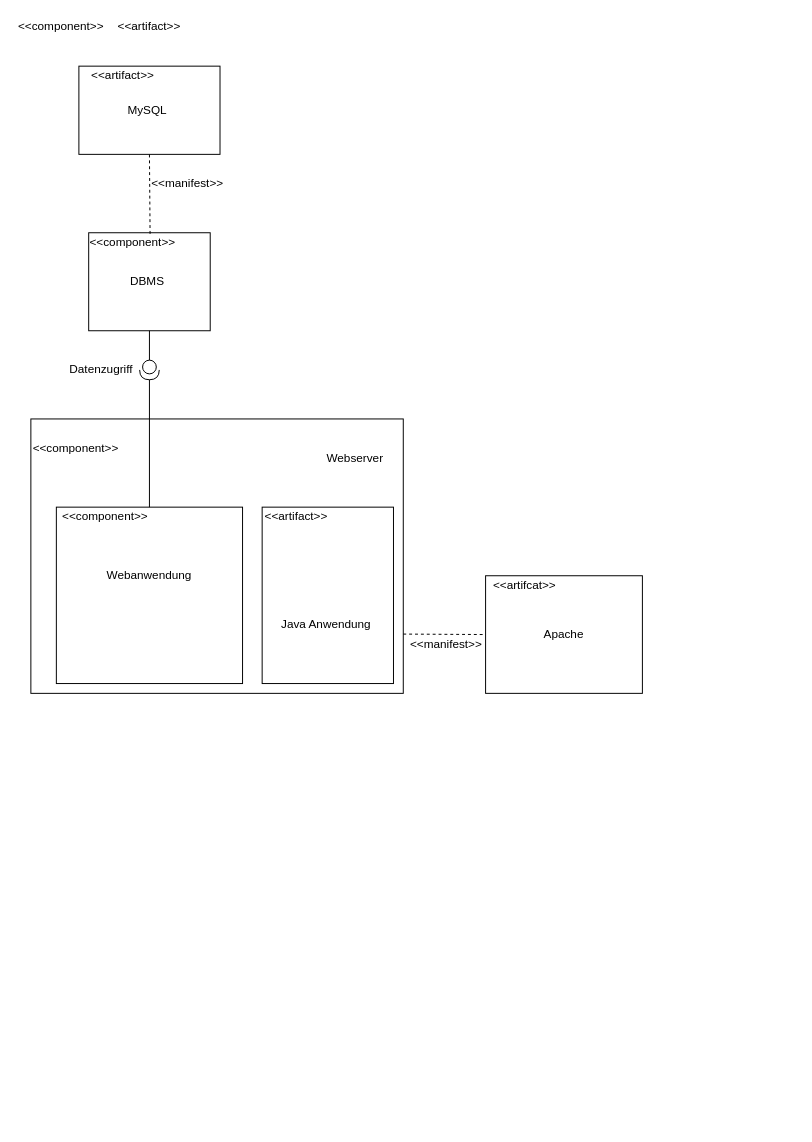
Before: Praktikum2/SWT2Praktikum2_Aufgabe1.drawio in DingFing/TravelProject, a draw.io diagram. Source tidied: cells renumbered, new cells numbered last; positions are measured from the earlier drawing's top-left corner, leaving out a move shared by most shapes. Both pictures are drawn from the tidied source at 98%, with x=0, y=0 at pixel (17, 17).
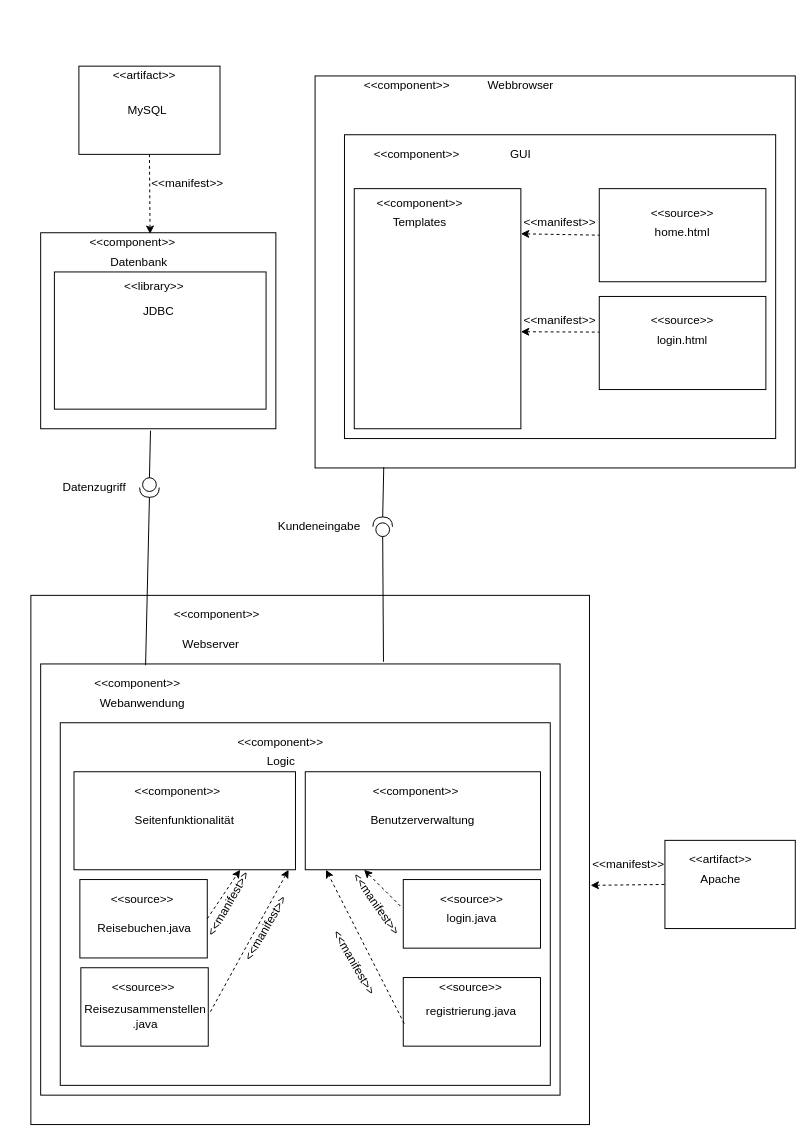
Above is the later version.

Unchanged cells that the change refers to:
```xml
<mxCell id="16" value="&amp;lt;&amp;lt;component&amp;gt;&amp;gt;" style="text;html=1;strokeColor=none;fillColor=none;align=center;verticalAlign=middle;whiteSpace=wrap;rounded=0;" parent="1" vertex="1">
  <mxGeometry x="73" y="220" width="90" height="20" as="geometry" />
</mxCell>
<mxCell id="21" style="rounded=0;whiteSpace=wrap;html=1;" parent="1" vertex="1">
  <mxGeometry x="63" y="50" width="144" height="90" as="geometry" />
</mxCell>
```

The edit, as a diff of the source:
```diff
@@
     <mxCell id="2" style="rounded=0;whiteSpace=wrap;html=1;" parent="1" vertex="1">
-      <mxGeometry x="14" y="410" width="380" height="280" as="geometry" />
+      <mxGeometry x="14" y="590" width="570" height="540" as="geometry" />
     </mxCell>
     <mxCell id="3" value="&amp;lt;&amp;lt;component&amp;gt;&amp;gt;" style="text;html=1;strokeColor=none;fillColor=none;align=center;verticalAlign=middle;whiteSpace=wrap;rounded=0;" parent="1" vertex="1">
-      <mxGeometry x="20" y="430" width="80" height="20" as="geometry" />
+      <mxGeometry x="164" y="600" width="80" height="20" as="geometry" />
     </mxCell>
     <mxCell id="4" style="rounded=0;whiteSpace=wrap;html=1;" parent="1" vertex="1">
-      <mxGeometry x="40" y="500" width="190" height="180" as="geometry" />
+      <mxGeometry x="24" y="660" width="530" height="440" as="geometry" />
     </mxCell>
     <mxCell id="5" value="&amp;lt;&amp;lt;component&amp;gt;&amp;gt;" style="text;html=1;strokeColor=none;fillColor=none;align=center;verticalAlign=middle;whiteSpace=wrap;rounded=0;" parent="1" vertex="1">
-      <mxGeometry x="40" y="500" width="100" height="20" as="geometry" />
+      <mxGeometry x="73" y="670" width="100" height="20" as="geometry" />
     </mxCell>
     <mxCell id="6" value="Webanwendung" style="text;html=1;strokeColor=none;fillColor=none;align=center;verticalAlign=middle;whiteSpace=wrap;rounded=0;" parent="1" vertex="1">
-      <mxGeometry x="90" y="560" width="90" height="20" as="geometry" />
+      <mxGeometry x="83" y="690" width="90" height="20" as="geometry" />
     </mxCell>
     <mxCell id="7" value="Webserver" style="text;html=1;strokeColor=none;fillColor=none;align=center;verticalAlign=middle;whiteSpace=wrap;rounded=0;" parent="1" vertex="1">
-      <mxGeometry x="310" y="440" width="70" height="20" as="geometry" />
+      <mxGeometry x="163" y="630" width="70" height="20" as="geometry" />
     </mxCell>
-    <mxCell id="8" style="rounded=0;whiteSpace=wrap;html=1;" parent="1" vertex="1">
-      <mxGeometry x="250" y="500" width="134" height="180" as="geometry" />
-    </mxCell>
-    <mxCell id="9" value="&amp;lt;&amp;lt;artifact&amp;gt;&amp;gt;" style="text;html=1;strokeColor=none;fillColor=none;align=center;verticalAlign=middle;whiteSpace=wrap;rounded=0;" parent="1" vertex="1">
-      <mxGeometry x="250" y="500" width="70" height="20" as="geometry" />
-    </mxCell>
-    <mxCell id="10" value="Java Anwendung" style="text;html=1;strokeColor=none;fillColor=none;align=center;verticalAlign=middle;whiteSpace=wrap;rounded=0;" parent="1" vertex="1">
-      <mxGeometry x="267.5" y="610" width="95" height="20" as="geometry" />
-    </mxCell>
     <mxCell id="11" style="rounded=0;whiteSpace=wrap;html=1;" parent="1" vertex="1">
-      <mxGeometry x="478" y="570" width="160" height="120" as="geometry" />
+      <mxGeometry x="661" y="840" width="133" height="90" as="geometry" />
     </mxCell>
-    <mxCell id="12" value="&amp;lt;&amp;lt;artifcat&amp;gt;&amp;gt;" style="text;html=1;strokeColor=none;fillColor=none;align=center;verticalAlign=middle;whiteSpace=wrap;rounded=0;" parent="1" vertex="1">
-      <mxGeometry x="488" y="570" width="60" height="20" as="geometry" />
-    </mxCell>
     <mxCell id="13" value="Apache" style="text;html=1;strokeColor=none;fillColor=none;align=center;verticalAlign=middle;whiteSpace=wrap;rounded=0;" parent="1" vertex="1">
-      <mxGeometry x="538" y="620" width="40" height="20" as="geometry" />
+      <mxGeometry x="697.5" y="870" width="40" height="20" as="geometry" />
     </mxCell>
     <mxCell id="14" style="rounded=0;whiteSpace=wrap;html=1;" parent="1" vertex="1">
-      <mxGeometry x="73" y="220" width="124" height="100" as="geometry" />
+      <mxGeometry x="24" y="220" width="240" height="200" as="geometry" />
     </mxCell>
-    <mxCell id="15" value="&amp;lt;&amp;lt;component&amp;gt;&amp;gt;" style="text;html=1;strokeColor=none;fillColor=none;align=center;verticalAlign=middle;whiteSpace=wrap;rounded=0;" parent="1" vertex="1">
-      <mxGeometry width="90" height="20" as="geometry" />
-    </mxCell>
@@
-    <mxCell id="17" value="DBMS" style="text;html=1;strokeColor=none;fillColor=none;align=center;verticalAlign=middle;whiteSpace=wrap;rounded=0;" parent="1" vertex="1">
-      <mxGeometry x="113" y="260" width="40" height="20" as="geometry" />
+    <mxCell id="17" value="Datenbank" style="text;html=1;strokeColor=none;fillColor=none;align=center;verticalAlign=middle;whiteSpace=wrap;rounded=0;" parent="1" vertex="1">
+      <mxGeometry x="85" y="240" width="79" height="20" as="geometry" />
     </mxCell>
     <mxCell id="18" style="shape=providedRequiredInterface;html=1;verticalLabelPosition=bottom;direction=south;" parent="1" vertex="1">
-      <mxGeometry x="125" y="350" width="20" height="20" as="geometry" />
+      <mxGeometry x="125" y="470" width="20" height="20" as="geometry" />
     </mxCell>
-    <mxCell id="19" style="endArrow=none;html=1;entryX=0.5;entryY=1;entryDx=0;entryDy=0;exitX=0;exitY=0.5;exitDx=0;exitDy=0;exitPerimeter=0;" parent="1" edge="1" source="18" target="14">
-      <mxGeometry relative="1" as="geometry" />
-    </mxCell>
-    <mxCell id="20" style="endArrow=none;html=1;entryX=1;entryY=0.5;entryDx=0;entryDy=0;entryPerimeter=0;exitX=0.5;exitY=0;exitDx=0;exitDy=0;" parent="1" edge="1" source="4" target="18">
+    <mxCell id="20" style="endArrow=none;html=1;entryX=1;entryY=0.5;entryDx=0;entryDy=0;entryPerimeter=0;exitX=0.202;exitY=0.003;exitDx=0;exitDy=0;exitPerimeter=0;" parent="1" edge="1" source="4" target="18">
       <mxGeometry relative="1" as="geometry" />
     </mxCell>
@@
-    <mxCell id="22" value="&amp;lt;&amp;lt;artifact&amp;gt;&amp;gt;" style="text;html=1;strokeColor=none;fillColor=none;align=center;verticalAlign=middle;whiteSpace=wrap;rounded=0;" parent="1" vertex="1">
-      <mxGeometry x="90" width="90" height="20" as="geometry" />
-    </mxCell>
     <mxCell id="23" value="&amp;lt;&amp;lt;artifact&amp;gt;&amp;gt;" style="text;html=1;strokeColor=none;fillColor=none;align=center;verticalAlign=middle;whiteSpace=wrap;rounded=0;" parent="1" vertex="1">
-      <mxGeometry x="63" y="50" width="90" height="20" as="geometry" />
+      <mxGeometry x="85" y="50" width="90" height="20" as="geometry" />
     </mxCell>
@@
-    <mxCell id="25" style="endArrow=none;dashed=1;html=1;entryX=0.5;entryY=1;entryDx=0;entryDy=0;exitX=0.696;exitY=0.058;exitDx=0;exitDy=0;exitPerimeter=0;" parent="1" edge="1" source="16" target="21">
+    <mxCell id="25" style="endArrow=none;dashed=1;html=1;entryX=0.5;entryY=1;entryDx=0;entryDy=0;exitX=0.696;exitY=0.058;exitDx=0;exitDy=0;exitPerimeter=0;startArrow=classic;startFill=1;" parent="1" edge="1" source="16" target="21">
       <mxGeometry relative="1" as="geometry" />
     </mxCell>
@@
-    <mxCell id="27" style="endArrow=none;dashed=1;html=1;entryX=0;entryY=0.5;entryDx=0;entryDy=0;exitX=1;exitY=0.784;exitDx=0;exitDy=0;exitPerimeter=0;" parent="1" edge="1" source="2" target="11">
+    <mxCell id="27" style="endArrow=none;dashed=1;html=1;entryX=0;entryY=0.5;entryDx=0;entryDy=0;startArrow=classic;startFill=1;exitX=1.002;exitY=0.548;exitDx=0;exitDy=0;exitPerimeter=0;" parent="1" edge="1" source="2" target="11">
       <mxGeometry relative="1" as="geometry" />
     </mxCell>
     <mxCell id="28" value="&amp;lt;&amp;lt;manifest&amp;gt;&amp;gt;" style="text;html=1;strokeColor=none;fillColor=none;align=center;verticalAlign=middle;whiteSpace=wrap;rounded=0;" parent="1" vertex="1">
-      <mxGeometry x="398" y="630" width="80" height="20" as="geometry" />
+      <mxGeometry x="584" y="850" width="80" height="30" as="geometry" />
     </mxCell>
     <mxCell id="29" value="Datenzugriff" style="text;html=1;strokeColor=none;fillColor=none;align=center;verticalAlign=middle;whiteSpace=wrap;rounded=0;" parent="1" vertex="1">
-      <mxGeometry x="47" y="350" width="78" height="20" as="geometry" />
+      <mxGeometry x="40" y="470" width="78" height="20" as="geometry" />
     </mxCell>
+    <mxCell id="30" style="rounded=0;whiteSpace=wrap;html=1;" parent="1" vertex="1">
+      <mxGeometry x="304" y="60" width="490" height="400" as="geometry" />
+    </mxCell>
+    <mxCell id="31" value="&amp;lt;&amp;lt;artifact&amp;gt;&amp;gt;" style="text;html=1;strokeColor=none;fillColor=none;align=center;verticalAlign=middle;whiteSpace=wrap;rounded=0;" parent="1" vertex="1">
+      <mxGeometry x="682.5" y="850" width="70" height="20" as="geometry" />
+    </mxCell>
+    <mxCell id="32" value="&amp;lt;&amp;lt;component&amp;gt;&amp;gt;" style="text;html=1;strokeColor=none;fillColor=none;align=center;verticalAlign=middle;whiteSpace=wrap;rounded=0;" parent="1" vertex="1">
+      <mxGeometry x="353" y="60" width="90" height="20" as="geometry" />
+    </mxCell>
+    <mxCell id="33" value="Webbrowser" style="text;html=1;strokeColor=none;fillColor=none;align=center;verticalAlign=middle;whiteSpace=wrap;rounded=0;" parent="1" vertex="1">
+      <mxGeometry x="474" y="60" width="80" height="20" as="geometry" />
+    </mxCell>
+    <mxCell id="34" style="rounded=0;whiteSpace=wrap;html=1;" parent="1" vertex="1">
+      <mxGeometry x="44" y="720" width="500" height="370" as="geometry" />
+    </mxCell>
+    <mxCell id="35" value="&amp;lt;&amp;lt;component&amp;gt;&amp;gt;" style="text;html=1;strokeColor=none;fillColor=none;align=center;verticalAlign=middle;whiteSpace=wrap;rounded=0;" parent="1" vertex="1">
+      <mxGeometry x="219" y="730" width="100" height="20" as="geometry" />
+    </mxCell>
+    <mxCell id="36" value="Logic" style="text;html=1;strokeColor=none;fillColor=none;align=center;verticalAlign=middle;whiteSpace=wrap;rounded=0;" parent="1" vertex="1">
+      <mxGeometry x="221.5" y="750" width="95" height="20" as="geometry" />
+    </mxCell>
+    <mxCell id="37" style="rounded=0;whiteSpace=wrap;html=1;" parent="1" vertex="1">
+      <mxGeometry x="294" y="770" width="240" height="100" as="geometry" />
+    </mxCell>
+    <mxCell id="38" value="&amp;lt;&amp;lt;component&amp;gt;&amp;gt;" style="text;html=1;strokeColor=none;fillColor=none;align=center;verticalAlign=middle;whiteSpace=wrap;rounded=0;" parent="1" vertex="1">
+      <mxGeometry x="356.5" y="780" width="100" height="20" as="geometry" />
+    </mxCell>
+    <mxCell id="39" value="Benutzerverwaltung" style="text;html=1;strokeColor=none;fillColor=none;align=center;verticalAlign=middle;whiteSpace=wrap;rounded=0;" parent="1" vertex="1">
+      <mxGeometry x="354" y="810" width="120" height="20" as="geometry" />
+    </mxCell>
+    <mxCell id="40" style="rounded=0;whiteSpace=wrap;html=1;" parent="1" vertex="1">
+      <mxGeometry x="334" y="120" width="440" height="310" as="geometry" />
+    </mxCell>
+    <mxCell id="41" value="&amp;lt;&amp;lt;component&amp;gt;&amp;gt;" style="text;html=1;strokeColor=none;fillColor=none;align=center;verticalAlign=middle;whiteSpace=wrap;rounded=0;" parent="1" vertex="1">
+      <mxGeometry x="363" y="130" width="90" height="20" as="geometry" />
+    </mxCell>
+    <mxCell id="42" value="GUI" style="text;html=1;strokeColor=none;fillColor=none;align=center;verticalAlign=middle;whiteSpace=wrap;rounded=0;" parent="1" vertex="1">
+      <mxGeometry x="469" y="130" width="90" height="20" as="geometry" />
+    </mxCell>
+    <mxCell id="43" style="rounded=0;whiteSpace=wrap;html=1;" parent="1" vertex="1">
+      <mxGeometry x="344" y="175" width="170" height="245" as="geometry" />
+    </mxCell>
+    <mxCell id="44" value="&amp;lt;&amp;lt;component&amp;gt;&amp;gt;" style="text;html=1;strokeColor=none;fillColor=none;align=center;verticalAlign=middle;whiteSpace=wrap;rounded=0;" parent="1" vertex="1">
+      <mxGeometry x="358" y="180" width="106" height="20" as="geometry" />
+    </mxCell>
+    <mxCell id="45" value="Templates" style="text;html=1;strokeColor=none;fillColor=none;align=center;verticalAlign=middle;whiteSpace=wrap;rounded=0;" parent="1" vertex="1">
+      <mxGeometry x="366" y="200" width="90" height="20" as="geometry" />
+    </mxCell>
+    <mxCell id="46" style="rounded=0;whiteSpace=wrap;html=1;" parent="1" vertex="1">
+      <mxGeometry x="594" y="175" width="170" height="95" as="geometry" />
+    </mxCell>
+    <mxCell id="47" value="&amp;lt;&amp;lt;source&amp;gt;&amp;gt;" style="text;html=1;strokeColor=none;fillColor=none;align=center;verticalAlign=middle;whiteSpace=wrap;rounded=0;" parent="1" vertex="1">
+      <mxGeometry x="634" y="190" width="90" height="20" as="geometry" />
+    </mxCell>
+    <mxCell id="48" value="home.html" style="text;html=1;strokeColor=none;fillColor=none;align=center;verticalAlign=middle;whiteSpace=wrap;rounded=0;" parent="1" vertex="1">
+      <mxGeometry x="634" y="210" width="90" height="20" as="geometry" />
+    </mxCell>
+    <mxCell id="49" style="endArrow=none;html=1;exitX=1;exitY=0.188;exitDx=0;exitDy=0;entryX=0;entryY=0.5;entryDx=0;entryDy=0;dashed=1;endFill=0;startArrow=classic;startFill=1;exitPerimeter=0;" parent="1" edge="1" source="43" target="46">
+      <mxGeometry relative="1" as="geometry" />
+    </mxCell>
+    <mxCell id="50" value="&amp;lt;&amp;lt;manifest&amp;gt;&amp;gt;" style="text;html=1;strokeColor=none;fillColor=none;align=center;verticalAlign=middle;whiteSpace=wrap;rounded=0;" parent="1" vertex="1">
+      <mxGeometry x="514" y="200" width="80" height="20" as="geometry" />
+    </mxCell>
+    <mxCell id="51" style="rounded=0;whiteSpace=wrap;html=1;" parent="1" vertex="1">
+      <mxGeometry x="38" y="260" width="216" height="140" as="geometry" />
+    </mxCell>
+    <mxCell id="52" value="&amp;lt;&amp;lt;library&amp;gt;&amp;gt;" style="text;html=1;strokeColor=none;fillColor=none;align=center;verticalAlign=middle;whiteSpace=wrap;rounded=0;" parent="1" vertex="1">
+      <mxGeometry x="95" y="265" width="90" height="20" as="geometry" />
+    </mxCell>
+    <mxCell id="53" value="JDBC" style="text;html=1;strokeColor=none;fillColor=none;align=center;verticalAlign=middle;whiteSpace=wrap;rounded=0;" parent="1" vertex="1">
+      <mxGeometry x="104.5" y="290" width="79" height="20" as="geometry" />
+    </mxCell>
+    <mxCell id="19" style="endArrow=none;html=1;entryX=0.467;entryY=1.01;entryDx=0;entryDy=0;entryPerimeter=0;exitX=0;exitY=0.5;exitDx=0;exitDy=0;exitPerimeter=0;" parent="1" edge="1" source="18" target="14">
+      <mxGeometry relative="1" as="geometry" />
+    </mxCell>
+    <mxCell id="54" style="rounded=0;whiteSpace=wrap;html=1;" parent="1" vertex="1">
+      <mxGeometry x="58" y="770" width="226" height="100" as="geometry" />
+    </mxCell>
+    <mxCell id="55" value="&amp;lt;&amp;lt;component&amp;gt;&amp;gt;" style="text;html=1;strokeColor=none;fillColor=none;align=center;verticalAlign=middle;whiteSpace=wrap;rounded=0;" parent="1" vertex="1">
+      <mxGeometry x="114" y="780" width="100" height="20" as="geometry" />
+    </mxCell>
+    <mxCell id="56" value="Seitenfunktionalität" style="text;html=1;strokeColor=none;fillColor=none;align=center;verticalAlign=middle;whiteSpace=wrap;rounded=0;" parent="1" vertex="1">
+      <mxGeometry x="111" y="810" width="120" height="20" as="geometry" />
+    </mxCell>
+    <mxCell id="57" style="rounded=0;whiteSpace=wrap;html=1;" parent="1" vertex="1">
+      <mxGeometry x="394" y="880" width="140" height="70" as="geometry" />
+    </mxCell>
+    <mxCell id="58" value="&amp;lt;&amp;lt;source&amp;gt;&amp;gt;" style="text;html=1;strokeColor=none;fillColor=none;align=center;verticalAlign=middle;whiteSpace=wrap;rounded=0;" parent="1" vertex="1">
+      <mxGeometry x="419" y="890" width="90" height="20" as="geometry" />
+    </mxCell>
+    <mxCell id="59" value="login.java" style="text;html=1;strokeColor=none;fillColor=none;align=center;verticalAlign=middle;whiteSpace=wrap;rounded=0;" parent="1" vertex="1">
+      <mxGeometry x="419" y="910" width="90" height="20" as="geometry" />
+    </mxCell>
+    <mxCell id="60" style="rounded=0;whiteSpace=wrap;html=1;" parent="1" vertex="1">
+      <mxGeometry x="394" y="980" width="140" height="70" as="geometry" />
+    </mxCell>
+    <mxCell id="61" value="registrierung.java" style="text;html=1;strokeColor=none;fillColor=none;align=center;verticalAlign=middle;whiteSpace=wrap;rounded=0;" parent="1" vertex="1">
+      <mxGeometry x="411.5" y="1005" width="102.5" height="20" as="geometry" />
+    </mxCell>
+    <mxCell id="62" value="&amp;lt;&amp;lt;source&amp;gt;&amp;gt;" style="text;html=1;strokeColor=none;fillColor=none;align=center;verticalAlign=middle;whiteSpace=wrap;rounded=0;" parent="1" vertex="1">
+      <mxGeometry x="417.8" y="980" width="90" height="20" as="geometry" />
+    </mxCell>
+    <mxCell id="63" style="rounded=0;whiteSpace=wrap;html=1;" parent="1" vertex="1">
+      <mxGeometry x="64" y="880" width="130" height="80" as="geometry" />
+    </mxCell>
+    <mxCell id="64" value="&amp;lt;&amp;lt;source&amp;gt;&amp;gt;" style="text;html=1;strokeColor=none;fillColor=none;align=center;verticalAlign=middle;whiteSpace=wrap;rounded=0;" parent="1" vertex="1">
+      <mxGeometry x="83" y="890" width="90" height="20" as="geometry" />
+    </mxCell>
+    <mxCell id="65" value="Reisebuchen.java" style="text;html=1;strokeColor=none;fillColor=none;align=center;verticalAlign=middle;whiteSpace=wrap;rounded=0;" parent="1" vertex="1">
+      <mxGeometry x="85" y="920" width="90" height="20" as="geometry" />
+    </mxCell>
+    <mxCell id="66" style="rounded=0;whiteSpace=wrap;html=1;" parent="1" vertex="1">
+      <mxGeometry x="65" y="970" width="130" height="80" as="geometry" />
+    </mxCell>
+    <mxCell id="67" value="&amp;lt;&amp;lt;source&amp;gt;&amp;gt;" style="text;html=1;strokeColor=none;fillColor=none;align=center;verticalAlign=middle;whiteSpace=wrap;rounded=0;" parent="1" vertex="1">
+      <mxGeometry x="84" y="980" width="90" height="20" as="geometry" />
+    </mxCell>
+    <mxCell id="68" value="Reisezusammenstellen&lt;br&gt;.java" style="text;html=1;strokeColor=none;fillColor=none;align=center;verticalAlign=middle;whiteSpace=wrap;rounded=0;" parent="1" vertex="1">
+      <mxGeometry x="86" y="1010" width="90" height="20" as="geometry" />
+    </mxCell>
+    <mxCell id="69" style="endArrow=classic;dashed=1;html=1;exitX=1;exitY=0.5;exitDx=0;exitDy=0;entryX=0.75;entryY=1;entryDx=0;entryDy=0;endFill=1;" parent="1" edge="1" source="63" target="54">
+      <mxGeometry relative="1" as="geometry" />
+    </mxCell>
+    <mxCell id="70" style="endArrow=none;dashed=1;html=1;exitX=0.969;exitY=1;exitDx=0;exitDy=0;entryX=1.008;entryY=0.588;entryDx=0;entryDy=0;exitPerimeter=0;entryPerimeter=0;startArrow=classic;startFill=1;" parent="1" edge="1" source="54" target="66">
+      <mxGeometry relative="1" as="geometry" />
+    </mxCell>
+    <mxCell id="71" value="&amp;lt;&amp;lt;manifest&amp;gt;&amp;gt;" style="text;html=1;strokeColor=none;fillColor=none;align=center;verticalAlign=middle;whiteSpace=wrap;rounded=0;rotation=-60;" parent="1" vertex="1">
+      <mxGeometry x="176" y="890" width="80" height="30" as="geometry" />
+    </mxCell>
+    <mxCell id="72" value="&amp;lt;&amp;lt;manifest&amp;gt;&amp;gt;" style="text;html=1;strokeColor=none;fillColor=none;align=center;verticalAlign=middle;whiteSpace=wrap;rounded=0;rotation=-60;" parent="1" vertex="1">
+      <mxGeometry x="214" y="915" width="80" height="30" as="geometry" />
+    </mxCell>
+    <mxCell id="73" style="endArrow=classic;dashed=1;html=1;entryX=0.25;entryY=1;entryDx=0;entryDy=0;exitX=-0.021;exitY=0.386;exitDx=0;exitDy=0;exitPerimeter=0;startArrow=none;startFill=0;endFill=1;" parent="1" edge="1" source="57" target="37">
+      <mxGeometry relative="1" as="geometry" />
+    </mxCell>
+    <mxCell id="74" style="endArrow=classic;dashed=1;html=1;entryX=0.088;entryY=1;entryDx=0;entryDy=0;exitX=0.007;exitY=0.671;exitDx=0;exitDy=0;exitPerimeter=0;startArrow=none;startFill=0;endFill=1;entryPerimeter=0;" parent="1" edge="1" source="60" target="37">
+      <mxGeometry relative="1" as="geometry" />
+    </mxCell>
+    <mxCell id="75" value="&amp;lt;&amp;lt;manifest&amp;gt;&amp;gt;" style="text;html=1;strokeColor=none;fillColor=none;align=center;verticalAlign=middle;whiteSpace=wrap;rounded=0;rotation=55;" parent="1" vertex="1">
+      <mxGeometry x="326.5" y="890" width="80" height="30" as="geometry" />
+    </mxCell>
+    <mxCell id="76" value="&amp;lt;&amp;lt;manifest&amp;gt;&amp;gt;" style="text;html=1;strokeColor=none;fillColor=none;align=center;verticalAlign=middle;whiteSpace=wrap;rounded=0;rotation=60;" parent="1" vertex="1">
+      <mxGeometry x="304" y="950" width="80" height="30" as="geometry" />
+    </mxCell>
+    <mxCell id="77" style="shape=providedRequiredInterface;html=1;verticalLabelPosition=bottom;direction=south;rotation=-180;" parent="1" vertex="1">
+      <mxGeometry x="363" y="510" width="20" height="20" as="geometry" />
+    </mxCell>
+    <mxCell id="78" value="Kundeneingabe" style="text;html=1;strokeColor=none;fillColor=none;align=center;verticalAlign=middle;whiteSpace=wrap;rounded=0;" parent="1" vertex="1">
+      <mxGeometry x="264" y="510" width="89" height="20" as="geometry" />
+    </mxCell>
+    <mxCell id="79" style="endArrow=none;html=1;exitX=0;exitY=0.5;exitDx=0;exitDy=0;exitPerimeter=0;entryX=0.66;entryY=-0.005;entryDx=0;entryDy=0;entryPerimeter=0;" parent="1" edge="1" source="77" target="4">
+      <mxGeometry relative="1" as="geometry" />
+    </mxCell>
+    <mxCell id="80" style="endArrow=none;html=1;exitX=1;exitY=0.5;exitDx=0;exitDy=0;exitPerimeter=0;entryX=0.143;entryY=0.998;entryDx=0;entryDy=0;entryPerimeter=0;" parent="1" edge="1" source="77" target="30">
+      <mxGeometry relative="1" as="geometry" />
+    </mxCell>
+    <mxCell id="81" style="rounded=0;whiteSpace=wrap;html=1;" parent="1" vertex="1">
+      <mxGeometry x="594" y="285" width="170" height="95" as="geometry" />
+    </mxCell>
+    <mxCell id="82" value="&amp;lt;&amp;lt;source&amp;gt;&amp;gt;" style="text;html=1;strokeColor=none;fillColor=none;align=center;verticalAlign=middle;whiteSpace=wrap;rounded=0;" parent="1" vertex="1">
+      <mxGeometry x="634" y="300" width="90" height="20" as="geometry" />
+    </mxCell>
+    <mxCell id="83" value="login.html" style="text;html=1;strokeColor=none;fillColor=none;align=center;verticalAlign=middle;whiteSpace=wrap;rounded=0;" parent="1" vertex="1">
+      <mxGeometry x="634" y="320" width="90" height="20" as="geometry" />
+    </mxCell>
+    <mxCell id="84" value="&amp;lt;&amp;lt;manifest&amp;gt;&amp;gt;" style="text;html=1;strokeColor=none;fillColor=none;align=center;verticalAlign=middle;whiteSpace=wrap;rounded=0;" parent="1" vertex="1">
+      <mxGeometry x="514" y="300" width="80" height="20" as="geometry" />
+    </mxCell>
+    <mxCell id="85" style="endArrow=none;html=1;entryX=0;entryY=0.5;entryDx=0;entryDy=0;dashed=1;endFill=0;startArrow=classic;startFill=1;" parent="1" edge="1">
+      <mxGeometry relative="1" as="geometry">
+        <mxPoint x="514" y="321" as="sourcePoint" />
+        <mxPoint x="594" y="321.4" as="targetPoint" />
+      </mxGeometry>
+    </mxCell>
```
